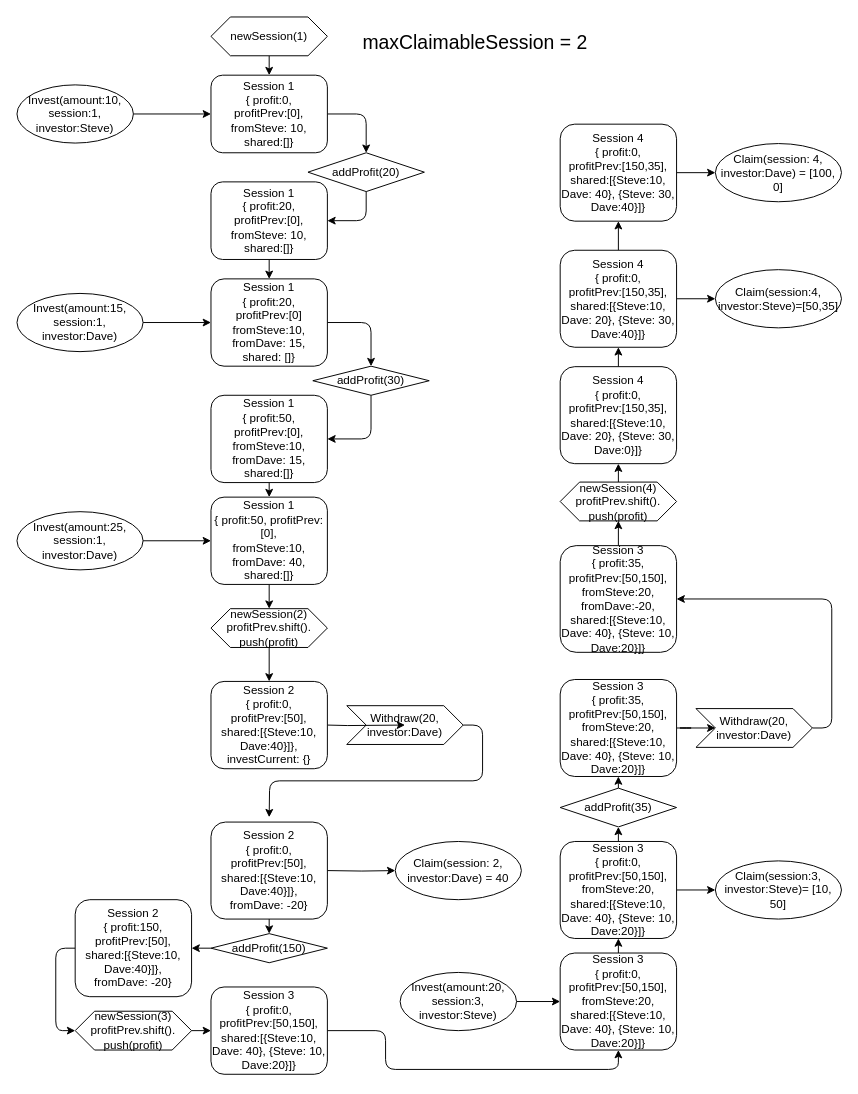
Above: page "Scenario3_MaxClaimableSession=2_withdraw" (4 of 4) of Example1.drawio in ChihHaoChen/thundercoreProfit (draw.io), before the change. Source tidied: cells renumbered, new cells numbered last; positions are measured from the earlier drawing's top-left corner, leaving out a move shared by most shapes. Both pictures are drawn from the tidied source at 97%, with x=0, y=0 at pixel (16, 16).
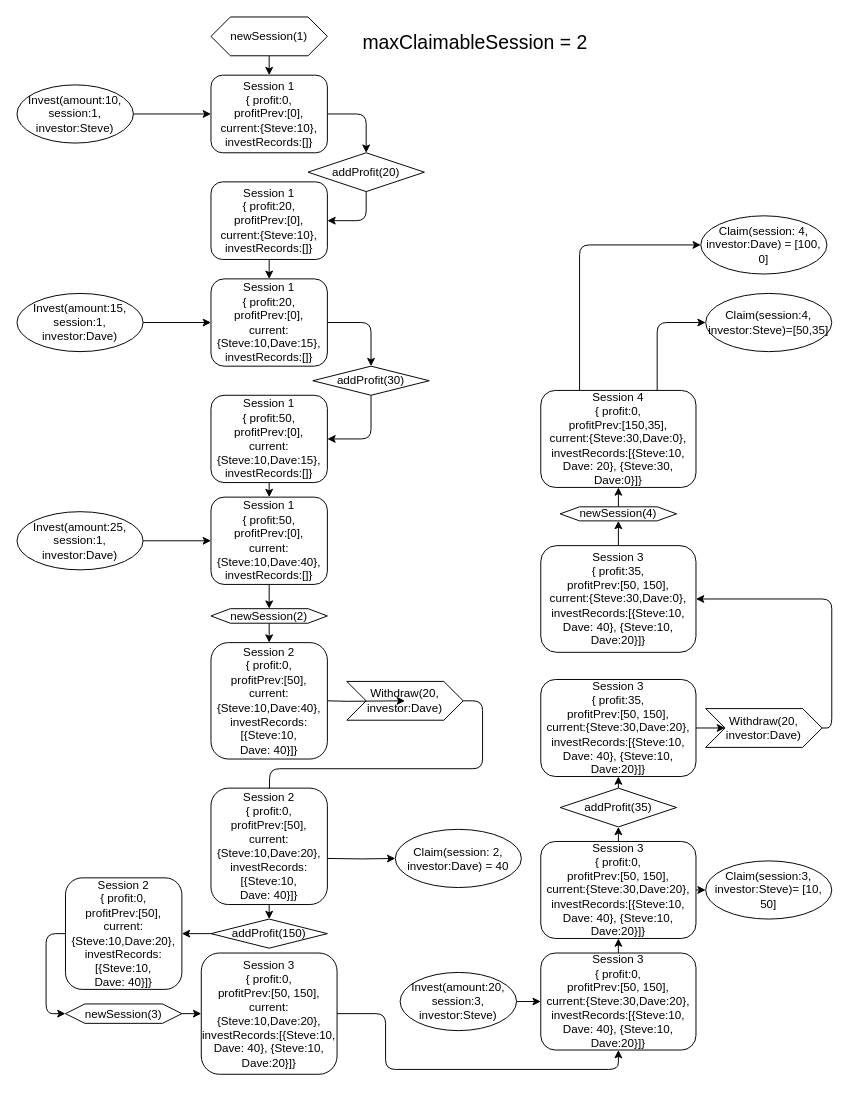
Above is the later version.

Diff of the diagram source:
```diff
@@
-    <mxCell id="3" value="&lt;div&gt;Session 1&lt;/div&gt;&lt;div&gt;{ profit:0,&lt;/div&gt;&lt;div&gt;profitPrev:[0],&lt;br&gt;&lt;/div&gt;&lt;div&gt;fromSteve: 10, shared:[]}&lt;br&gt;&lt;/div&gt;" style="rounded=1;whiteSpace=wrap;html=1;" parent="1" vertex="1">
+    <mxCell id="3" value="&lt;div&gt;Session 1&lt;/div&gt;&lt;div&gt;{ profit:0,&lt;/div&gt;&lt;div&gt;profitPrev:[0],&lt;br&gt;&lt;/div&gt;&lt;div&gt;current:{Steve:10}, investRecords:[]}&lt;br&gt;&lt;/div&gt;" style="rounded=1;whiteSpace=wrap;html=1;" parent="1" vertex="1">
       <mxGeometry x="200" y="60" width="120" height="80" as="geometry" />
     </mxCell>
@@
-    <mxCell id="9" value="&lt;div&gt;Session 1&lt;/div&gt;&lt;div&gt;{ profit:20,&lt;/div&gt;&lt;div&gt;profitPrev:[0]&lt;br&gt;&lt;/div&gt;&lt;div&gt;fromSteve:10,&lt;/div&gt;&lt;div&gt;fromDave: 15, shared: []}&lt;br&gt;&lt;/div&gt;" style="rounded=1;whiteSpace=wrap;html=1;" parent="1" vertex="1">
+    <mxCell id="9" value="&lt;div&gt;Session 1&lt;/div&gt;&lt;div&gt;{ profit:20,&lt;/div&gt;&lt;div&gt;profitPrev:[0],&lt;br&gt;&lt;/div&gt;&lt;div&gt;current:{Steve:10,Dave:15}, investRecords:[]}&lt;br&gt;&lt;/div&gt;" style="rounded=1;whiteSpace=wrap;html=1;" parent="1" vertex="1">
       <mxGeometry x="200" y="270" width="120" height="90" as="geometry" />
     </mxCell>
@@
-    <mxCell id="13" value="&lt;div&gt;Session 1&lt;/div&gt;&lt;div&gt;{ profit:20,&lt;/div&gt;&lt;div&gt;profitPrev:[0],&lt;br&gt;&lt;/div&gt;&lt;div&gt;fromSteve: 10,&lt;/div&gt;&lt;div&gt;shared:[]}&lt;br&gt;&lt;/div&gt;" style="rounded=1;whiteSpace=wrap;html=1;" parent="1" vertex="1">
+    <mxCell id="13" value="&lt;div&gt;Session 1&lt;/div&gt;&lt;div&gt;{ profit:20,&lt;/div&gt;&lt;div&gt;profitPrev:[0],&lt;br&gt;&lt;/div&gt;&lt;div&gt;current:{Steve:10}, investRecords:[]}&lt;br&gt;&lt;/div&gt;" style="rounded=1;whiteSpace=wrap;html=1;" parent="1" vertex="1">
       <mxGeometry x="200" y="170" width="120" height="80" as="geometry" />
     </mxCell>
@@
-    <mxCell id="17" value="&lt;div&gt;Session 1&lt;/div&gt;&lt;div&gt;{ profit:50,&lt;/div&gt;&lt;div&gt;profitPrev:[0],&lt;br&gt;&lt;/div&gt;&lt;div&gt;fromSteve:10,&lt;/div&gt;&lt;div&gt;fromDave: 15, shared:[]}&lt;br&gt;&lt;/div&gt;" style="rounded=1;whiteSpace=wrap;html=1;" parent="1" vertex="1">
+    <mxCell id="17" value="&lt;div&gt;Session 1&lt;/div&gt;&lt;div&gt;{ profit:50,&lt;/div&gt;&lt;div&gt;profitPrev:[0],&lt;br&gt;&lt;/div&gt;&lt;div&gt;current:{Steve:10,Dave:15}, investRecords:[]}&lt;br&gt;&lt;/div&gt;" style="rounded=1;whiteSpace=wrap;html=1;" parent="1" vertex="1">
       <mxGeometry x="200" y="390" width="120" height="90" as="geometry" />
     </mxCell>
@@
-    <mxCell id="19" value="&lt;div&gt;Session 1&lt;/div&gt;&lt;div&gt;{ profit:50, profitPrev:[0],&lt;br&gt;&lt;/div&gt;&lt;div&gt;fromSteve:10,&lt;/div&gt;&lt;div&gt;fromDave: 40, shared:[]}&lt;br&gt;&lt;/div&gt;" style="rounded=1;whiteSpace=wrap;html=1;" parent="1" vertex="1">
+    <mxCell id="19" value="&lt;div&gt;Session 1&lt;/div&gt;&lt;div&gt;{ profit:50,&lt;/div&gt;&lt;div&gt;profitPrev:[0],&lt;br&gt;&lt;/div&gt;&lt;div&gt;current:{Steve:10,Dave:40}, investRecords:[]}&lt;br&gt;&lt;/div&gt;" style="rounded=1;whiteSpace=wrap;html=1;" parent="1" vertex="1">
       <mxGeometry x="200" y="495" width="120" height="90" as="geometry" />
     </mxCell>
@@
     <mxCell id="22" value="Claim(session: 2, investor:Dave) = 40" style="ellipse;whiteSpace=wrap;html=1;" parent="1" vertex="1">
-      <mxGeometry x="390" y="850" width="130" height="60" as="geometry" />
+      <mxGeometry x="390" y="837.5" width="130" height="60" as="geometry" />
     </mxCell>
     <mxCell id="23" style="edgeStyle=orthogonalEdgeStyle;rounded=0;jettySize=auto;html=1;exitX=1;exitY=0.5;exitDx=0;exitDy=0;entryX=0;entryY=0.5;entryDx=0;entryDy=0;" parent="1" edge="1" target="22">
       <mxGeometry relative="1" as="geometry">
-        <mxPoint x="320" y="880" as="sourcePoint" />
+        <mxPoint x="320" y="867.5" as="sourcePoint" />
       </mxGeometry>
     </mxCell>
-    <mxCell id="24" style="edgeStyle=orthogonalEdgeStyle;rounded=0;jettySize=auto;html=1;exitX=0.5;exitY=1;exitDx=0;exitDy=0;entryX=0.5;entryY=0;entryDx=0;entryDy=0;fontSize=20;" parent="1" edge="1" target="49">
-      <mxGeometry relative="1" as="geometry">
-        <mxPoint x="260" y="930" as="sourcePoint" />
-      </mxGeometry>
-    </mxCell>
-    <mxCell id="25" style="edgeStyle=orthogonalEdgeStyle;rounded=1;jettySize=auto;html=1;exitX=1;exitY=0.5;exitDx=0;exitDy=0;entryX=0.5;entryY=1;entryDx=0;entryDy=0;fontSize=20;" parent="1" edge="1" source="26" target="51">
+    <mxCell id="25" style="edgeStyle=orthogonalEdgeStyle;rounded=1;jettySize=auto;html=1;exitX=1;exitY=0.5;exitDx=0;exitDy=0;entryX=0.5;entryY=1;entryDx=0;entryDy=0;" parent="1" edge="1" source="26" target="51">
       <mxGeometry relative="1" as="geometry">
         <Array as="points">
-          <mxPoint x="380" y="1045" />
+          <mxPoint x="380" y="1028" />
           <mxPoint x="380" y="1085" />
           <mxPoint x="620" y="1085" />
         </Array>
       </mxGeometry>
     </mxCell>
-    <mxCell id="26" value="&lt;div&gt;Session 3&lt;br&gt;&lt;/div&gt;&lt;div&gt;{ profit:0,&lt;br&gt;&lt;/div&gt;&lt;div&gt;profitPrev:[50,150],&lt;/div&gt;&lt;div&gt;shared:[{Steve:10,&lt;/div&gt;&lt;div&gt;Dave: 40}, {Steve: 10, Dave:20}]}&lt;br&gt;&lt;/div&gt;" style="rounded=1;whiteSpace=wrap;html=1;" parent="1" vertex="1">
-      <mxGeometry x="200" y="1000" width="120" height="90" as="geometry" />
+    <mxCell id="26" value="&lt;div&gt;Session 3&lt;br&gt;&lt;/div&gt;&lt;div&gt;{ profit:0,&lt;br&gt;&lt;/div&gt;&lt;div&gt;profitPrev:[50, 150],&lt;/div&gt;&lt;div&gt;current:{Steve:10,Dave:20},&lt;/div&gt;&lt;div&gt;investRecords:[{Steve:10,&lt;/div&gt;&lt;div&gt;Dave: 40}, {Steve:10, Dave:20}]}&lt;br&gt;&lt;/div&gt;" style="rounded=1;whiteSpace=wrap;html=1;" parent="1" vertex="1">
+      <mxGeometry x="190" y="965" width="140" height="125" as="geometry" />
     </mxCell>
@@
-    <mxCell id="31" value="&lt;div&gt;Session 3&lt;br&gt;&lt;/div&gt;&lt;div&gt;{ profit:0,&lt;br&gt;&lt;/div&gt;&lt;div&gt;profitPrev:[50,150], fromSteve:20,&lt;br&gt;&lt;/div&gt;&lt;div&gt;shared:[{Steve:10,&lt;/div&gt;&lt;div&gt;Dave: 40}, {Steve: 10, Dave:20}]}&lt;br&gt;&lt;/div&gt;" style="rounded=1;whiteSpace=wrap;html=1;" parent="1" vertex="1">
-      <mxGeometry x="560" y="850" width="120" height="100" as="geometry" />
+    <mxCell id="31" value="&lt;div&gt;Session 3&lt;br&gt;&lt;/div&gt;&lt;div&gt;{ profit:0,&lt;br&gt;&lt;/div&gt;&lt;div&gt;profitPrev:[50, 150],&lt;/div&gt;&lt;div&gt;current:{Steve:30,Dave:20},&lt;/div&gt;&lt;div&gt;investRecords:[{Steve:10,&lt;/div&gt;&lt;div&gt;Dave: 40}, {Steve:10, Dave:20}]}&lt;br&gt;&lt;/div&gt;" style="rounded=1;whiteSpace=wrap;html=1;" parent="1" vertex="1">
+      <mxGeometry x="540" y="850" width="160" height="100" as="geometry" />
     </mxCell>
     <mxCell id="32" value="&lt;div&gt;Claim(session:3, investor:Steve)= [10, 50]&lt;br&gt;&lt;/div&gt;" style="ellipse;whiteSpace=wrap;html=1;" parent="1" vertex="1">
-      <mxGeometry x="720" y="870" width="130" height="60" as="geometry" />
+      <mxGeometry x="710" y="870" width="130" height="60" as="geometry" />
     </mxCell>
@@
-    <mxCell id="36" value="&lt;div&gt;Session 3&lt;br&gt;&lt;/div&gt;&lt;div&gt;{ profit:35,&lt;br&gt;&lt;/div&gt;&lt;div&gt;profitPrev:[50,150], fromSteve:20,&lt;br&gt;&lt;/div&gt;&lt;div&gt;&lt;div&gt;shared:[{Steve:10,&lt;/div&gt;Dave: 40}, {Steve: 10, Dave:20}]}&lt;/div&gt;" style="rounded=1;whiteSpace=wrap;html=1;" parent="1" vertex="1">
-      <mxGeometry x="560" y="683" width="120" height="100" as="geometry" />
+    <mxCell id="36" value="&lt;div&gt;Session 3&lt;br&gt;&lt;/div&gt;&lt;div&gt;{ profit:35,&lt;br&gt;&lt;/div&gt;&lt;div&gt;profitPrev:[50, 150],&lt;/div&gt;&lt;div&gt;current:{Steve:30,Dave:20},&lt;/div&gt;&lt;div&gt;investRecords:[{Steve:10,&lt;/div&gt;&lt;div&gt;Dave: 40}, {Steve:10, Dave:20}]}&lt;br&gt;&lt;/div&gt;" style="rounded=1;whiteSpace=wrap;html=1;" parent="1" vertex="1">
+      <mxGeometry x="540" y="683" width="160" height="100" as="geometry" />
     </mxCell>
     <mxCell id="37" value="Claim(session:4, investor:Steve)=[50,35]" style="ellipse;whiteSpace=wrap;html=1;" parent="1" vertex="1">
-      <mxGeometry x="720" y="260.5" width="130" height="60" as="geometry" />
+      <mxGeometry x="710" y="285" width="130" height="60" as="geometry" />
     </mxCell>
     <mxCell id="38" value="Claim(session: 4, investor:Dave) = [100, 0]" style="ellipse;whiteSpace=wrap;html=1;" parent="1" vertex="1">
-      <mxGeometry x="720" y="130.5" width="130" height="60" as="geometry" />
+      <mxGeometry x="705" y="205" width="130" height="60" as="geometry" />
     </mxCell>
@@
-    <mxCell id="40" value="&lt;div&gt;newSession(2)&lt;/div&gt;&lt;div&gt;profitPrev.shift().&lt;/div&gt;&lt;div&gt;push(profit)&lt;br&gt;&lt;/div&gt;" style="shape=hexagon;perimeter=hexagonPerimeter2;whiteSpace=wrap;html=1;fixedSize=1;" parent="1" vertex="1">
-      <mxGeometry x="200" y="610" width="120" height="40" as="geometry" />
+    <mxCell id="40" value="&lt;div&gt;newSession(2)&lt;/div&gt;" style="shape=hexagon;perimeter=hexagonPerimeter2;whiteSpace=wrap;html=1;fixedSize=1;" parent="1" vertex="1">
+      <mxGeometry x="200" y="610" width="120" height="15" as="geometry" />
     </mxCell>
-    <mxCell id="41" style="edgeStyle=orthogonalEdgeStyle;rounded=0;jettySize=auto;html=1;exitX=1;exitY=0.5;exitDx=0;exitDy=0;entryX=0;entryY=0.5;entryDx=0;entryDy=0;fontSize=20;" parent="1" edge="1" source="42" target="26">
+    <mxCell id="41" style="edgeStyle=orthogonalEdgeStyle;rounded=1;jettySize=auto;html=1;exitX=1;exitY=0.5;exitDx=0;exitDy=0;entryX=0;entryY=0.5;entryDx=0;entryDy=0;" parent="1" edge="1" source="42" target="26">
       <mxGeometry relative="1" as="geometry" />
     </mxCell>
-    <mxCell id="42" value="&lt;div&gt;newSession(3)&lt;/div&gt;&lt;div&gt;profitPrev.shift().&lt;/div&gt;&lt;div&gt;push(profit)&lt;br&gt;&lt;/div&gt;" style="shape=hexagon;perimeter=hexagonPerimeter2;whiteSpace=wrap;html=1;fixedSize=1;" parent="1" vertex="1">
-      <mxGeometry x="60" y="1025" width="120" height="40" as="geometry" />
+    <mxCell id="42" value="&lt;div&gt;newSession(3)&lt;/div&gt;" style="shape=hexagon;perimeter=hexagonPerimeter2;whiteSpace=wrap;html=1;fixedSize=1;" parent="1" vertex="1">
+      <mxGeometry x="50" y="1017.5" width="120" height="20" as="geometry" />
     </mxCell>
@@
-    <mxCell id="44" value="&lt;div&gt;newSession(4)&lt;/div&gt;&lt;div&gt;profitPrev.shift().&lt;/div&gt;&lt;div&gt;push(profit)&lt;br&gt;&lt;/div&gt;" style="shape=hexagon;perimeter=hexagonPerimeter2;whiteSpace=wrap;html=1;fixedSize=1;" parent="1" vertex="1">
-      <mxGeometry x="560" y="479.5" width="120" height="40" as="geometry" />
+    <mxCell id="44" value="&lt;div&gt;newSession(4)&lt;/div&gt;" style="shape=hexagon;perimeter=hexagonPerimeter2;whiteSpace=wrap;html=1;fixedSize=1;" parent="1" vertex="1">
+      <mxGeometry x="560" y="505" width="120" height="14.5" as="geometry" />
     </mxCell>
@@
     <mxCell id="49" value="addProfit(150)" style="rhombus;whiteSpace=wrap;html=1;" parent="1" vertex="1">
-      <mxGeometry x="200" y="945" width="120" height="30" as="geometry" />
+      <mxGeometry x="200" y="930" width="120" height="30" as="geometry" />
     </mxCell>
@@
-    <mxCell id="51" value="&lt;div&gt;Session 3&lt;br&gt;&lt;/div&gt;&lt;div&gt;{ profit:0,&lt;br&gt;&lt;/div&gt;&lt;div&gt;profitPrev:[50,150], fromSteve:20,&lt;br&gt;&lt;/div&gt;&lt;div&gt;shared:[{Steve:10,&lt;/div&gt;&lt;div&gt;Dave: 40}, {Steve: 10, Dave:20}]}&lt;br&gt;&lt;/div&gt;" style="rounded=1;whiteSpace=wrap;html=1;" parent="1" vertex="1">
-      <mxGeometry x="560" y="965" width="120" height="100" as="geometry" />
+    <mxCell id="51" value="&lt;div&gt;Session 3&lt;br&gt;&lt;/div&gt;&lt;div&gt;{ profit:0,&lt;br&gt;&lt;/div&gt;&lt;div&gt;profitPrev:[50, 150],&lt;/div&gt;&lt;div&gt;current:{Steve:30,Dave:20},&lt;/div&gt;&lt;div&gt;investRecords:[{Steve:10,&lt;/div&gt;&lt;div&gt;Dave: 40}, {Steve:10, Dave:20}]}&lt;br&gt;&lt;/div&gt;" style="rounded=1;whiteSpace=wrap;html=1;" parent="1" vertex="1">
+      <mxGeometry x="540" y="965" width="160" height="100" as="geometry" />
     </mxCell>
-    <mxCell id="52" style="edgeStyle=orthogonalEdgeStyle;rounded=1;jettySize=auto;html=1;exitX=0.5;exitY=0;exitDx=0;exitDy=0;entryX=0.5;entryY=1;entryDx=0;entryDy=0;fontSize=20;" parent="1" edge="1" source="53" target="56">
-      <mxGeometry relative="1" as="geometry" />
-    </mxCell>
+    <mxCell id="70" style="edgeStyle=orthogonalEdgeStyle;rounded=1;jettySize=auto;html=1;exitX=0.75;exitY=0;exitDx=0;exitDy=0;entryX=0;entryY=0.5;entryDx=0;entryDy=0;" parent="1" edge="1" source="53" target="37">
+      <mxGeometry relative="1" as="geometry" />
+    </mxCell>
+    <mxCell id="71" style="edgeStyle=orthogonalEdgeStyle;rounded=1;jettySize=auto;html=1;exitX=0.25;exitY=0;exitDx=0;exitDy=0;entryX=0;entryY=0.5;entryDx=0;entryDy=0;" parent="1" edge="1" source="53" target="38">
+      <mxGeometry relative="1" as="geometry" />
+    </mxCell>
-    <mxCell id="53" value="&lt;div&gt;Session 4&lt;br&gt;&lt;/div&gt;&lt;div&gt;{ profit:0,&lt;br&gt;&lt;/div&gt;&lt;div&gt;profitPrev:[150,35], &lt;br&gt;&lt;/div&gt;&lt;div&gt;&lt;div&gt;shared:[{Steve:10,&lt;/div&gt;Dave: 20}, {Steve: 30, Dave:0}]}&lt;/div&gt;" style="rounded=1;whiteSpace=wrap;html=1;" parent="1" vertex="1">
-      <mxGeometry x="560" y="360.5" width="120" height="100" as="geometry" />
+    <mxCell id="53" value="&lt;div&gt;Session 4&lt;br&gt;&lt;/div&gt;&lt;div&gt;{ profit:0,&lt;br&gt;&lt;/div&gt;&lt;div&gt;profitPrev:[150,35],&lt;/div&gt;&lt;div&gt;current:{Steve:30,Dave:0},&lt;/div&gt;&lt;div&gt;investRecords:[{Steve:10,&lt;/div&gt;&lt;div&gt;Dave: 20}, {Steve:30, Dave:0}]}&lt;br&gt;&lt;/div&gt;" style="rounded=1;whiteSpace=wrap;html=1;" parent="1" vertex="1">
+      <mxGeometry x="540" y="385" width="160" height="100" as="geometry" />
     </mxCell>
-    <mxCell id="54" style="edgeStyle=orthogonalEdgeStyle;rounded=1;jettySize=auto;html=1;exitX=1;exitY=0.5;exitDx=0;exitDy=0;entryX=0;entryY=0.5;entryDx=0;entryDy=0;fontSize=20;" parent="1" edge="1" source="56" target="37">
-      <mxGeometry relative="1" as="geometry" />
-    </mxCell>
-    <mxCell id="55" style="edgeStyle=orthogonalEdgeStyle;rounded=1;jettySize=auto;html=1;exitX=0.5;exitY=0;exitDx=0;exitDy=0;entryX=0.5;entryY=1;entryDx=0;entryDy=0;fontSize=20;" parent="1" edge="1" source="56" target="58">
-      <mxGeometry relative="1" as="geometry" />
-    </mxCell>
-    <mxCell id="56" value="&lt;div&gt;Session 4&lt;br&gt;&lt;/div&gt;&lt;div&gt;{ profit:0,&lt;br&gt;&lt;/div&gt;&lt;div&gt;profitPrev:[150,35], &lt;br&gt;&lt;/div&gt;&lt;div&gt;&lt;div&gt;shared:[{Steve:10,&lt;/div&gt;Dave: 20}, {Steve: 30, Dave:40}]}&lt;/div&gt;" style="rounded=1;whiteSpace=wrap;html=1;" parent="1" vertex="1">
-      <mxGeometry x="560" y="240.5" width="120" height="100" as="geometry" />
-    </mxCell>
-    <mxCell id="57" style="edgeStyle=orthogonalEdgeStyle;rounded=1;jettySize=auto;html=1;exitX=1;exitY=0.5;exitDx=0;exitDy=0;entryX=0;entryY=0.5;entryDx=0;entryDy=0;fontSize=20;" parent="1" edge="1" source="58" target="38">
-      <mxGeometry relative="1" as="geometry" />
-    </mxCell>
-    <mxCell id="58" value="&lt;div&gt;Session 4&lt;br&gt;&lt;/div&gt;&lt;div&gt;{ profit:0,&lt;br&gt;&lt;/div&gt;&lt;div&gt;profitPrev:[150,35], &lt;br&gt;&lt;/div&gt;&lt;div&gt;&lt;div&gt;shared:[{Steve:10,&lt;/div&gt;Dave: 40}, {Steve: 30, Dave:40}]}&lt;/div&gt;" style="rounded=1;whiteSpace=wrap;html=1;" parent="1" vertex="1">
-      <mxGeometry x="560" y="110.5" width="120" height="100" as="geometry" />
-    </mxCell>
@@
     <mxCell id="60" value="Withdraw(20, investor:Dave)" style="shape=step;perimeter=stepPerimeter;whiteSpace=wrap;html=1;fixedSize=1;" parent="1" vertex="1">
-      <mxGeometry x="340" y="710" width="120" height="40" as="geometry" />
+      <mxGeometry x="340" y="685" width="120" height="40" as="geometry" />
     </mxCell>
     <mxCell id="61" style="edgeStyle=orthogonalEdgeStyle;rounded=0;jettySize=auto;html=1;exitX=1;exitY=0.5;exitDx=0;exitDy=0;" parent="1" edge="1" target="60">
       <mxGeometry relative="1" as="geometry">
-        <mxPoint x="320" y="730" as="sourcePoint" />
+        <mxPoint x="320" y="705" as="sourcePoint" />
       </mxGeometry>
     </mxCell>
-    <mxCell id="62" value="&lt;div&gt;Session 2&lt;br&gt;&lt;/div&gt;&lt;div&gt;{ profit:0,&lt;/div&gt;&lt;div&gt;profitPrev:[50],&lt;br&gt;&lt;/div&gt;shared:[{Steve:10, Dave:40}]}, investCurrent: {}" style="rounded=1;whiteSpace=wrap;html=1;" parent="1" vertex="1">
-      <mxGeometry x="200" y="685" width="120" height="90" as="geometry" />
+    <mxCell id="62" value="&lt;div&gt;Session 2&lt;br&gt;&lt;/div&gt;&lt;div&gt;{ profit:0,&lt;br&gt;&lt;/div&gt;&lt;div&gt;profitPrev:[50],&lt;/div&gt;&lt;div&gt;current:{Steve:10,Dave:40},&lt;/div&gt;&lt;div&gt;investRecords:[{Steve:10,&lt;/div&gt;&lt;div&gt;Dave: 40}]}&lt;br&gt;&lt;/div&gt;" style="rounded=1;whiteSpace=wrap;html=1;" parent="1" vertex="1">
+      <mxGeometry x="200" y="645" width="120" height="120" as="geometry" />
     </mxCell>
+    <mxCell id="72" style="edgeStyle=orthogonalEdgeStyle;rounded=1;jettySize=auto;html=1;exitX=0.5;exitY=1;exitDx=0;exitDy=0;entryX=0.5;entryY=0;entryDx=0;entryDy=0;" parent="1" edge="1" source="63" target="49">
+      <mxGeometry relative="1" as="geometry" />
+    </mxCell>
-    <mxCell id="63" value="&lt;div&gt;Session 2&lt;br&gt;&lt;/div&gt;&lt;div&gt;{ profit:0,&lt;/div&gt;&lt;div&gt;profitPrev:[50],&lt;br&gt;&lt;/div&gt;shared:[{Steve:10, Dave:40}]}, fromDave: -20}" style="rounded=1;whiteSpace=wrap;html=1;" parent="1" vertex="1">
-      <mxGeometry x="200" y="830" width="120" height="100" as="geometry" />
+    <mxCell id="63" value="&lt;div&gt;Session 2&lt;br&gt;&lt;/div&gt;&lt;div&gt;{ profit:0,&lt;br&gt;&lt;/div&gt;&lt;div&gt;profitPrev:[50],&lt;/div&gt;&lt;div&gt;current:{Steve:10,Dave:20},&lt;/div&gt;&lt;div&gt;investRecords:[{Steve:10,&lt;/div&gt;&lt;div&gt;Dave: 40}]}&lt;br&gt;&lt;/div&gt;" style="rounded=1;whiteSpace=wrap;html=1;" parent="1" vertex="1">
+      <mxGeometry x="200" y="795" width="120" height="120" as="geometry" />
     </mxCell>
@@
-    <mxCell id="65" value="&lt;div&gt;Session 2&lt;br&gt;&lt;/div&gt;&lt;div&gt;{ profit:150,&lt;/div&gt;&lt;div&gt;profitPrev:[50],&lt;br&gt;&lt;/div&gt;shared:[{Steve:10, Dave:40}]}, fromDave: -20}" style="rounded=1;whiteSpace=wrap;html=1;" parent="1" vertex="1">
-      <mxGeometry x="60" y="910" width="120" height="100" as="geometry" />
+    <mxCell id="65" value="&lt;div&gt;Session 2&lt;br&gt;&lt;/div&gt;&lt;div&gt;{ profit:0,&lt;br&gt;&lt;/div&gt;&lt;div&gt;profitPrev:[50],&lt;/div&gt;&lt;div&gt;current:{Steve:10,Dave:20},&lt;/div&gt;&lt;div&gt;investRecords:[{Steve:10,&lt;/div&gt;&lt;div&gt;Dave: 40}]}&lt;br&gt;&lt;/div&gt;" style="rounded=1;whiteSpace=wrap;html=1;" parent="1" vertex="1">
+      <mxGeometry x="50" y="887.5" width="120" height="115" as="geometry" />
     </mxCell>
@@
-    <mxCell id="67" value="&lt;div&gt;Session 3&lt;br&gt;&lt;/div&gt;&lt;div&gt;{ profit:35,&lt;br&gt;&lt;/div&gt;&lt;div&gt;profitPrev:[50,150], fromSteve:20,&lt;/div&gt;&lt;div&gt;fromDave:-20,&lt;br&gt;&lt;/div&gt;&lt;div&gt;&lt;div&gt;shared:[{Steve:10,&lt;/div&gt;Dave: 40}, {Steve: 10, Dave:20}]}&lt;/div&gt;" style="rounded=1;whiteSpace=wrap;html=1;" parent="1" vertex="1">
-      <mxGeometry x="560" y="545" width="120" height="110" as="geometry" />
+    <mxCell id="67" value="&lt;div&gt;Session 3&lt;br&gt;&lt;/div&gt;&lt;div&gt;{ profit:35,&lt;br&gt;&lt;/div&gt;&lt;div&gt;profitPrev:[50, 150],&lt;/div&gt;&lt;div&gt;current:{Steve:30,Dave:0},&lt;/div&gt;&lt;div&gt;investRecords:[{Steve:10,&lt;/div&gt;&lt;div&gt;Dave: 40}, {Steve:10, Dave:20}]}&lt;br&gt;&lt;/div&gt;" style="rounded=1;whiteSpace=wrap;html=1;" parent="1" vertex="1">
+      <mxGeometry x="540" y="545" width="160" height="110" as="geometry" />
     </mxCell>
     <mxCell id="68" style="edgeStyle=orthogonalEdgeStyle;rounded=1;jettySize=auto;html=1;exitX=1;exitY=0.5;exitDx=0;exitDy=0;entryX=1;entryY=0.5;entryDx=0;entryDy=0;" parent="1" edge="1" source="69" target="67">
-      <mxGeometry relative="1" as="geometry" />
+      <mxGeometry relative="1" as="geometry">
+        <Array as="points">
+          <mxPoint x="840" y="733" />
+          <mxPoint x="840" y="600" />
+        </Array>
+      </mxGeometry>
     </mxCell>
     <mxCell id="69" value="Withdraw(20, investor:Dave)" style="shape=step;perimeter=stepPerimeter;whiteSpace=wrap;html=1;fixedSize=1;" parent="1" vertex="1">
-      <mxGeometry x="700" y="713" width="120" height="40" as="geometry" />
+      <mxGeometry x="710" y="713" width="120" height="40" as="geometry" />
     </mxCell>
```
